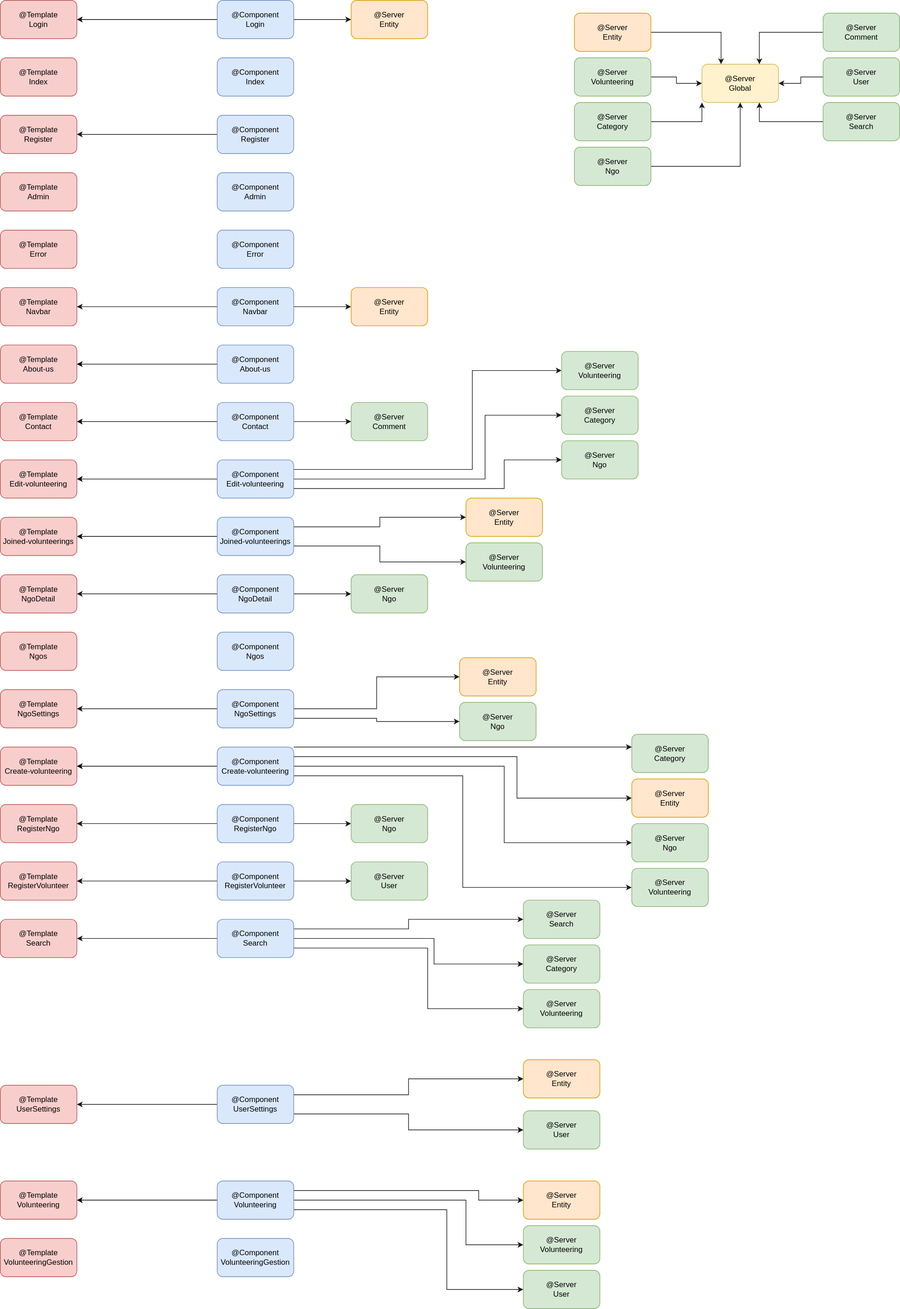
CodeURJC-DAW-2019-20/webapp7 keeps this draw.io diagram as diagrams/ClassDiagram14April.svg. Above is the earlier version. Source tidied: cells renumbered, new cells last; positions are measured from the earlier drawing's top-left corner, leaving out a move shared by most shapes.
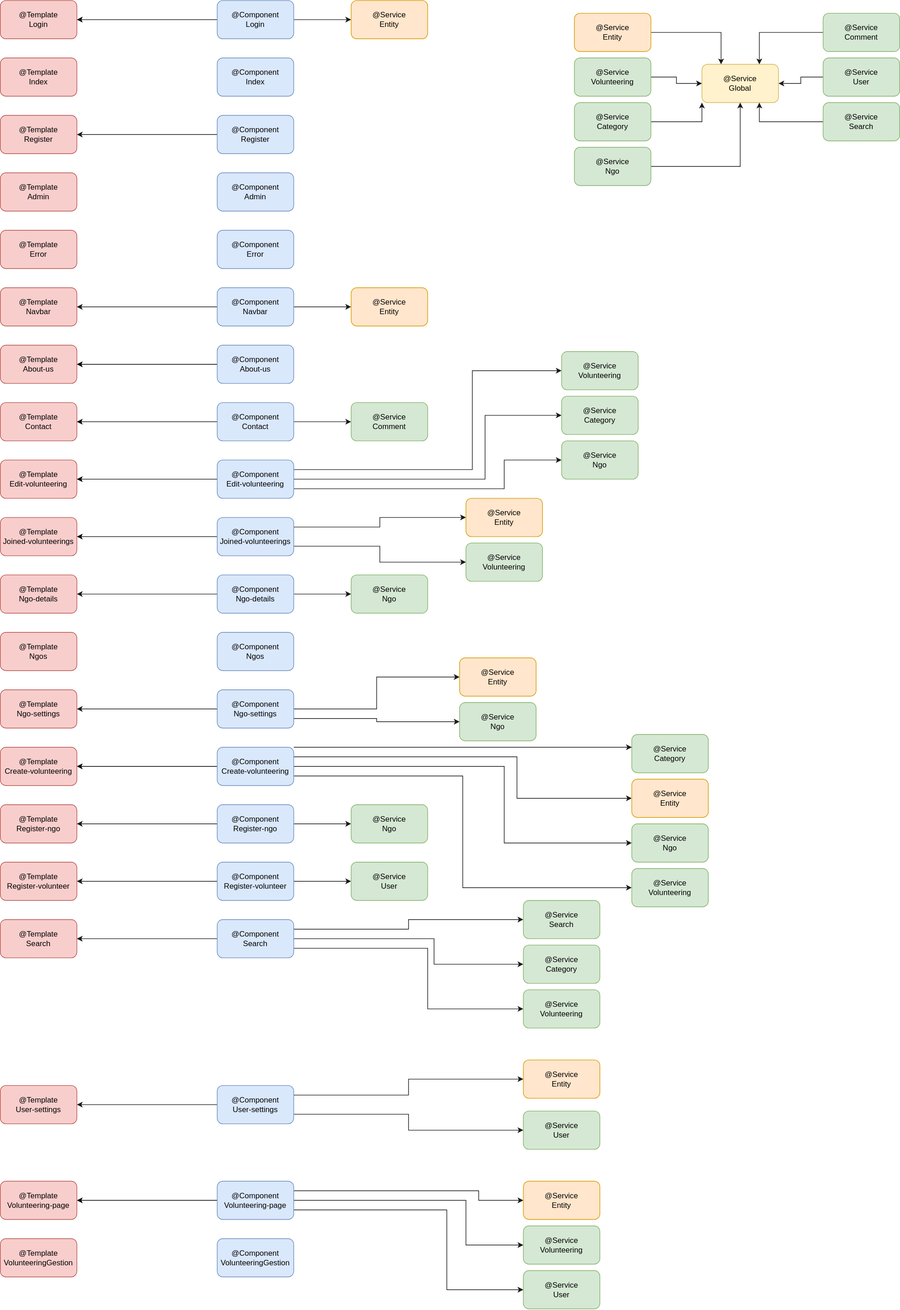
After the change.

Commit message:
Update class diagram

What changed in the source:
```diff
@@ -34,3 +34,3 @@
     </mxCell>
-    <mxCell id="12" value="@Template&lt;br&gt;NgoDetail" style="rounded=1;whiteSpace=wrap;html=1;fillColor=#f8cecc;strokeColor=#b85450;" parent="1" vertex="1">
+    <mxCell id="12" value="@Template&lt;br&gt;Ngo-details" style="rounded=1;whiteSpace=wrap;html=1;fillColor=#f8cecc;strokeColor=#b85450;" parent="1" vertex="1">
       <mxGeometry y="900" width="120" height="60" as="geometry" />
@@ -40,3 +40,3 @@
     </mxCell>
-    <mxCell id="14" value="@Template&lt;br&gt;NgoSettings" style="rounded=1;whiteSpace=wrap;html=1;fillColor=#f8cecc;strokeColor=#b85450;" parent="1" vertex="1">
+    <mxCell id="14" value="@Template&lt;br&gt;Ngo-settings" style="rounded=1;whiteSpace=wrap;html=1;fillColor=#f8cecc;strokeColor=#b85450;" parent="1" vertex="1">
       <mxGeometry y="1080" width="120" height="60" as="geometry" />
@@ -46,6 +46,6 @@
     </mxCell>
-    <mxCell id="16" value="@Template&lt;br&gt;RegisterNgo" style="rounded=1;whiteSpace=wrap;html=1;fillColor=#f8cecc;strokeColor=#b85450;" parent="1" vertex="1">
+    <mxCell id="16" value="@Template&lt;br&gt;Register-ngo" style="rounded=1;whiteSpace=wrap;html=1;fillColor=#f8cecc;strokeColor=#b85450;" parent="1" vertex="1">
       <mxGeometry y="1260" width="120" height="60" as="geometry" />
     </mxCell>
-    <mxCell id="17" value="@Template&lt;br&gt;RegisterVolunteer" style="rounded=1;whiteSpace=wrap;html=1;fillColor=#f8cecc;strokeColor=#b85450;" parent="1" vertex="1">
+    <mxCell id="17" value="@Template&lt;br&gt;Register-volunteer" style="rounded=1;whiteSpace=wrap;html=1;fillColor=#f8cecc;strokeColor=#b85450;" parent="1" vertex="1">
       <mxGeometry y="1350" width="120" height="60" as="geometry" />
@@ -55,6 +55,6 @@
     </mxCell>
-    <mxCell id="19" value="@Template&lt;br&gt;UserSettings" style="rounded=1;whiteSpace=wrap;html=1;fillColor=#f8cecc;strokeColor=#b85450;" parent="1" vertex="1">
+    <mxCell id="19" value="@Template&lt;br&gt;User-settings" style="rounded=1;whiteSpace=wrap;html=1;fillColor=#f8cecc;strokeColor=#b85450;" parent="1" vertex="1">
       <mxGeometry y="1700" width="120" height="60" as="geometry" />
     </mxCell>
-    <mxCell id="20" value="@Template&lt;br&gt;Volunteering" style="rounded=1;whiteSpace=wrap;html=1;fillColor=#f8cecc;strokeColor=#b85450;" parent="1" vertex="1">
+    <mxCell id="20" value="@Template&lt;br&gt;Volunteering-page" style="rounded=1;whiteSpace=wrap;html=1;fillColor=#f8cecc;strokeColor=#b85450;" parent="1" vertex="1">
       <mxGeometry y="1850" width="120" height="60" as="geometry" />
@@ -160,3 +160,3 @@
     </mxCell>
-    <mxCell id="49" value="@Component&lt;br&gt;NgoDetail" style="rounded=1;whiteSpace=wrap;html=1;fillColor=#dae8fc;strokeColor=#6c8ebf;" parent="1" vertex="1">
+    <mxCell id="49" value="@Component&lt;br&gt;Ngo-details" style="rounded=1;whiteSpace=wrap;html=1;fillColor=#dae8fc;strokeColor=#6c8ebf;" parent="1" vertex="1">
       <mxGeometry x="340" y="900" width="120" height="60" as="geometry" />
@@ -175,3 +175,3 @@
     </mxCell>
-    <mxCell id="54" value="@Component&lt;br&gt;NgoSettings" style="rounded=1;whiteSpace=wrap;html=1;fillColor=#dae8fc;strokeColor=#6c8ebf;" parent="1" vertex="1">
+    <mxCell id="54" value="@Component&lt;br&gt;Ngo-settings" style="rounded=1;whiteSpace=wrap;html=1;fillColor=#dae8fc;strokeColor=#6c8ebf;" parent="1" vertex="1">
       <mxGeometry x="340" y="1080" width="120" height="60" as="geometry" />
@@ -217,3 +217,3 @@
     </mxCell>
-    <mxCell id="63" value="@Component&lt;br&gt;RegisterNgo" style="rounded=1;whiteSpace=wrap;html=1;fillColor=#dae8fc;strokeColor=#6c8ebf;" parent="1" vertex="1">
+    <mxCell id="63" value="@Component&lt;br&gt;Register-ngo" style="rounded=1;whiteSpace=wrap;html=1;fillColor=#dae8fc;strokeColor=#6c8ebf;" parent="1" vertex="1">
       <mxGeometry x="340" y="1260" width="120" height="60" as="geometry" />
@@ -226,3 +226,3 @@
     </mxCell>
-    <mxCell id="66" value="@Component&lt;br&gt;RegisterVolunteer" style="rounded=1;whiteSpace=wrap;html=1;fillColor=#dae8fc;strokeColor=#6c8ebf;" parent="1" vertex="1">
+    <mxCell id="66" value="@Component&lt;br&gt;Register-volunteer" style="rounded=1;whiteSpace=wrap;html=1;fillColor=#dae8fc;strokeColor=#6c8ebf;" parent="1" vertex="1">
       <mxGeometry x="340" y="1350" width="120" height="60" as="geometry" />
@@ -263,3 +263,3 @@
     </mxCell>
-    <mxCell id="75" value="@Component&lt;br&gt;UserSettings" style="rounded=1;whiteSpace=wrap;html=1;fillColor=#dae8fc;strokeColor=#6c8ebf;" parent="1" vertex="1">
+    <mxCell id="75" value="@Component&lt;br&gt;User-settings" style="rounded=1;whiteSpace=wrap;html=1;fillColor=#dae8fc;strokeColor=#6c8ebf;" parent="1" vertex="1">
       <mxGeometry x="340" y="1700" width="120" height="60" as="geometry" />
@@ -293,3 +293,3 @@
     </mxCell>
-    <mxCell id="80" value="@Component&lt;br&gt;Volunteering" style="rounded=1;whiteSpace=wrap;html=1;fillColor=#dae8fc;strokeColor=#6c8ebf;" parent="1" vertex="1">
+    <mxCell id="80" value="@Component&lt;br&gt;Volunteering-page" style="rounded=1;whiteSpace=wrap;html=1;fillColor=#dae8fc;strokeColor=#6c8ebf;" parent="1" vertex="1">
       <mxGeometry x="340" y="1850" width="120" height="60" as="geometry" />
@@ -299,78 +299,78 @@
     </mxCell>
-    <mxCell id="82" value="@Server&lt;br&gt;Category" style="rounded=1;whiteSpace=wrap;html=1;fillColor=#d5e8d4;strokeColor=#82b366;" parent="1" vertex="1">
+    <mxCell id="82" value="@Service&lt;br&gt;Category" style="rounded=1;whiteSpace=wrap;html=1;fillColor=#d5e8d4;strokeColor=#82b366;" parent="1" vertex="1">
       <mxGeometry x="820" y="1480" width="120" height="60" as="geometry" />
     </mxCell>
-    <mxCell id="83" value="@Server&lt;br&gt;Entity" style="rounded=1;whiteSpace=wrap;html=1;fillColor=#ffe6cc;strokeColor=#d79b00;" parent="1" vertex="1">
+    <mxCell id="83" value="@Service&lt;br&gt;Entity" style="rounded=1;whiteSpace=wrap;html=1;fillColor=#ffe6cc;strokeColor=#d79b00;" parent="1" vertex="1">
       <mxGeometry x="820" y="1850" width="120" height="60" as="geometry" />
     </mxCell>
-    <mxCell id="84" value="@Server&lt;br&gt;Global" style="rounded=1;whiteSpace=wrap;html=1;fillColor=#fff2cc;strokeColor=#d6b656;" parent="1" vertex="1">
+    <mxCell id="84" value="@Service&lt;br&gt;Global" style="rounded=1;whiteSpace=wrap;html=1;fillColor=#fff2cc;strokeColor=#d6b656;" parent="1" vertex="1">
       <mxGeometry x="1100" y="100" width="120" height="60" as="geometry" />
     </mxCell>
-    <mxCell id="85" value="@Server&lt;br&gt;Ngo" style="rounded=1;whiteSpace=wrap;html=1;fillColor=#d5e8d4;strokeColor=#82b366;" parent="1" vertex="1">
+    <mxCell id="85" value="@Service&lt;br&gt;Ngo" style="rounded=1;whiteSpace=wrap;html=1;fillColor=#d5e8d4;strokeColor=#82b366;" parent="1" vertex="1">
       <mxGeometry x="550" y="1260" width="120" height="60" as="geometry" />
     </mxCell>
-    <mxCell id="86" value="@Server&lt;br&gt;Comment" style="rounded=1;whiteSpace=wrap;html=1;fillColor=#d5e8d4;strokeColor=#82b366;" parent="1" vertex="1">
+    <mxCell id="86" value="@Service&lt;br&gt;Comment" style="rounded=1;whiteSpace=wrap;html=1;fillColor=#d5e8d4;strokeColor=#82b366;" parent="1" vertex="1">
       <mxGeometry x="550" y="630" width="120" height="60" as="geometry" />
     </mxCell>
-    <mxCell id="87" value="@Server&lt;br&gt;User" style="rounded=1;whiteSpace=wrap;html=1;fillColor=#d5e8d4;strokeColor=#82b366;" parent="1" vertex="1">
+    <mxCell id="87" value="@Service&lt;br&gt;User" style="rounded=1;whiteSpace=wrap;html=1;fillColor=#d5e8d4;strokeColor=#82b366;" parent="1" vertex="1">
       <mxGeometry x="820" y="1990" width="120" height="60" as="geometry" />
     </mxCell>
-    <mxCell id="88" value="@Server&lt;br&gt;Volunteering" style="rounded=1;whiteSpace=wrap;html=1;fillColor=#d5e8d4;strokeColor=#82b366;" parent="1" vertex="1">
+    <mxCell id="88" value="@Service&lt;br&gt;Volunteering" style="rounded=1;whiteSpace=wrap;html=1;fillColor=#d5e8d4;strokeColor=#82b366;" parent="1" vertex="1">
       <mxGeometry x="820" y="1920" width="120" height="60" as="geometry" />
     </mxCell>
-    <mxCell id="89" value="@Server&lt;br&gt;Search" style="rounded=1;whiteSpace=wrap;html=1;fillColor=#d5e8d4;strokeColor=#82b366;" parent="1" vertex="1">
+    <mxCell id="89" value="@Service&lt;br&gt;Search" style="rounded=1;whiteSpace=wrap;html=1;fillColor=#d5e8d4;strokeColor=#82b366;" parent="1" vertex="1">
       <mxGeometry x="820" y="1410" width="120" height="60" as="geometry" />
     </mxCell>
-    <mxCell id="90" value="@Server&lt;br&gt;Entity" style="rounded=1;whiteSpace=wrap;html=1;fillColor=#ffe6cc;strokeColor=#d79b00;" parent="1" vertex="1">
+    <mxCell id="90" value="@Service&lt;br&gt;Entity" style="rounded=1;whiteSpace=wrap;html=1;fillColor=#ffe6cc;strokeColor=#d79b00;" parent="1" vertex="1">
       <mxGeometry x="550" width="120" height="60" as="geometry" />
     </mxCell>
-    <mxCell id="91" value="@Server&lt;br&gt;Entity" style="rounded=1;whiteSpace=wrap;html=1;fillColor=#ffe6cc;strokeColor=#d79b00;" parent="1" vertex="1">
+    <mxCell id="91" value="@Service&lt;br&gt;Entity" style="rounded=1;whiteSpace=wrap;html=1;fillColor=#ffe6cc;strokeColor=#d79b00;" parent="1" vertex="1">
       <mxGeometry x="550" y="450" width="120" height="60" as="geometry" />
     </mxCell>
-    <mxCell id="92" value="@Server&lt;br&gt;Category" style="rounded=1;whiteSpace=wrap;html=1;fillColor=#d5e8d4;strokeColor=#82b366;" parent="1" vertex="1">
+    <mxCell id="92" value="@Service&lt;br&gt;Category" style="rounded=1;whiteSpace=wrap;html=1;fillColor=#d5e8d4;strokeColor=#82b366;" parent="1" vertex="1">
       <mxGeometry x="880" y="620" width="120" height="60" as="geometry" />
     </mxCell>
-    <mxCell id="93" value="@Server&lt;br&gt;Ngo" style="rounded=1;whiteSpace=wrap;html=1;fillColor=#d5e8d4;strokeColor=#82b366;" parent="1" vertex="1">
+    <mxCell id="93" value="@Service&lt;br&gt;Ngo" style="rounded=1;whiteSpace=wrap;html=1;fillColor=#d5e8d4;strokeColor=#82b366;" parent="1" vertex="1">
       <mxGeometry x="880" y="690" width="120" height="60" as="geometry" />
     </mxCell>
-    <mxCell id="94" value="@Server&lt;br&gt;Volunteering" style="rounded=1;whiteSpace=wrap;html=1;fillColor=#d5e8d4;strokeColor=#82b366;" parent="1" vertex="1">
+    <mxCell id="94" value="@Service&lt;br&gt;Volunteering" style="rounded=1;whiteSpace=wrap;html=1;fillColor=#d5e8d4;strokeColor=#82b366;" parent="1" vertex="1">
       <mxGeometry x="880" y="550" width="120" height="60" as="geometry" />
     </mxCell>
-    <mxCell id="95" value="@Server&lt;br&gt;Entity" style="rounded=1;whiteSpace=wrap;html=1;fillColor=#ffe6cc;strokeColor=#d79b00;" parent="1" vertex="1">
+    <mxCell id="95" value="@Service&lt;br&gt;Entity" style="rounded=1;whiteSpace=wrap;html=1;fillColor=#ffe6cc;strokeColor=#d79b00;" parent="1" vertex="1">
       <mxGeometry x="730" y="780" width="120" height="60" as="geometry" />
     </mxCell>
-    <mxCell id="96" value="@Server&lt;br&gt;Volunteering" style="rounded=1;whiteSpace=wrap;html=1;fillColor=#d5e8d4;strokeColor=#82b366;" parent="1" vertex="1">
+    <mxCell id="96" value="@Service&lt;br&gt;Volunteering" style="rounded=1;whiteSpace=wrap;html=1;fillColor=#d5e8d4;strokeColor=#82b366;" parent="1" vertex="1">
       <mxGeometry x="730" y="850" width="120" height="60" as="geometry" />
     </mxCell>
-    <mxCell id="97" value="@Server&lt;br&gt;Ngo" style="rounded=1;whiteSpace=wrap;html=1;fillColor=#d5e8d4;strokeColor=#82b366;" parent="1" vertex="1">
+    <mxCell id="97" value="@Service&lt;br&gt;Ngo" style="rounded=1;whiteSpace=wrap;html=1;fillColor=#d5e8d4;strokeColor=#82b366;" parent="1" vertex="1">
       <mxGeometry x="550" y="900" width="120" height="60" as="geometry" />
     </mxCell>
-    <mxCell id="98" value="@Server&lt;br&gt;Entity" style="rounded=1;whiteSpace=wrap;html=1;fillColor=#ffe6cc;strokeColor=#d79b00;" parent="1" vertex="1">
+    <mxCell id="98" value="@Service&lt;br&gt;Entity" style="rounded=1;whiteSpace=wrap;html=1;fillColor=#ffe6cc;strokeColor=#d79b00;" parent="1" vertex="1">
       <mxGeometry x="720" y="1030" width="120" height="60" as="geometry" />
     </mxCell>
-    <mxCell id="99" value="@Server&lt;br&gt;Ngo" style="rounded=1;whiteSpace=wrap;html=1;fillColor=#d5e8d4;strokeColor=#82b366;" parent="1" vertex="1">
+    <mxCell id="99" value="@Service&lt;br&gt;Ngo" style="rounded=1;whiteSpace=wrap;html=1;fillColor=#d5e8d4;strokeColor=#82b366;" parent="1" vertex="1">
       <mxGeometry x="720" y="1100" width="120" height="60" as="geometry" />
     </mxCell>
-    <mxCell id="100" value="@Server&lt;br&gt;Category" style="rounded=1;whiteSpace=wrap;html=1;fillColor=#d5e8d4;strokeColor=#82b366;" parent="1" vertex="1">
+    <mxCell id="100" value="@Service&lt;br&gt;Category" style="rounded=1;whiteSpace=wrap;html=1;fillColor=#d5e8d4;strokeColor=#82b366;" parent="1" vertex="1">
       <mxGeometry x="990" y="1150" width="120" height="60" as="geometry" />
     </mxCell>
-    <mxCell id="101" value="@Server&lt;br&gt;Entity" style="rounded=1;whiteSpace=wrap;html=1;fillColor=#ffe6cc;strokeColor=#d79b00;" parent="1" vertex="1">
+    <mxCell id="101" value="@Service&lt;br&gt;Entity" style="rounded=1;whiteSpace=wrap;html=1;fillColor=#ffe6cc;strokeColor=#d79b00;" parent="1" vertex="1">
       <mxGeometry x="990" y="1220" width="120" height="60" as="geometry" />
     </mxCell>
-    <mxCell id="102" value="@Server&lt;br&gt;Ngo" style="rounded=1;whiteSpace=wrap;html=1;fillColor=#d5e8d4;strokeColor=#82b366;" parent="1" vertex="1">
+    <mxCell id="102" value="@Service&lt;br&gt;Ngo" style="rounded=1;whiteSpace=wrap;html=1;fillColor=#d5e8d4;strokeColor=#82b366;" parent="1" vertex="1">
       <mxGeometry x="990" y="1290" width="120" height="60" as="geometry" />
     </mxCell>
-    <mxCell id="103" value="@Server&lt;br&gt;Volunteering" style="rounded=1;whiteSpace=wrap;html=1;fillColor=#d5e8d4;strokeColor=#82b366;" parent="1" vertex="1">
+    <mxCell id="103" value="@Service&lt;br&gt;Volunteering" style="rounded=1;whiteSpace=wrap;html=1;fillColor=#d5e8d4;strokeColor=#82b366;" parent="1" vertex="1">
       <mxGeometry x="990" y="1360" width="120" height="60" as="geometry" />
     </mxCell>
-    <mxCell id="104" value="@Server&lt;br&gt;User" style="rounded=1;whiteSpace=wrap;html=1;fillColor=#d5e8d4;strokeColor=#82b366;" parent="1" vertex="1">
+    <mxCell id="104" value="@Service&lt;br&gt;User" style="rounded=1;whiteSpace=wrap;html=1;fillColor=#d5e8d4;strokeColor=#82b366;" parent="1" vertex="1">
       <mxGeometry x="550" y="1350" width="120" height="60" as="geometry" />
     </mxCell>
-    <mxCell id="105" value="@Server&lt;br&gt;Volunteering" style="rounded=1;whiteSpace=wrap;html=1;fillColor=#d5e8d4;strokeColor=#82b366;" parent="1" vertex="1">
+    <mxCell id="105" value="@Service&lt;br&gt;Volunteering" style="rounded=1;whiteSpace=wrap;html=1;fillColor=#d5e8d4;strokeColor=#82b366;" parent="1" vertex="1">
       <mxGeometry x="820" y="1550" width="120" height="60" as="geometry" />
     </mxCell>
-    <mxCell id="106" value="@Server&lt;br&gt;Entity" style="rounded=1;whiteSpace=wrap;html=1;fillColor=#ffe6cc;strokeColor=#d79b00;" parent="1" vertex="1">
+    <mxCell id="106" value="@Service&lt;br&gt;Entity" style="rounded=1;whiteSpace=wrap;html=1;fillColor=#ffe6cc;strokeColor=#d79b00;" parent="1" vertex="1">
       <mxGeometry x="820" y="1660" width="120" height="60" as="geometry" />
     </mxCell>
-    <mxCell id="107" value="@Server&lt;br&gt;User" style="rounded=1;whiteSpace=wrap;html=1;fillColor=#d5e8d4;strokeColor=#82b366;" parent="1" vertex="1">
+    <mxCell id="107" value="@Service&lt;br&gt;User" style="rounded=1;whiteSpace=wrap;html=1;fillColor=#d5e8d4;strokeColor=#82b366;" parent="1" vertex="1">
       <mxGeometry x="820" y="1740" width="120" height="60" as="geometry" />
@@ -380,3 +380,3 @@
     </mxCell>
-    <mxCell id="109" value="@Server&lt;br&gt;Entity" style="rounded=1;whiteSpace=wrap;html=1;fillColor=#ffe6cc;strokeColor=#d79b00;" parent="1" vertex="1">
+    <mxCell id="109" value="@Service&lt;br&gt;Entity" style="rounded=1;whiteSpace=wrap;html=1;fillColor=#ffe6cc;strokeColor=#d79b00;" parent="1" vertex="1">
       <mxGeometry x="900" y="20" width="120" height="60" as="geometry" />
@@ -386,3 +386,3 @@
     </mxCell>
-    <mxCell id="111" value="@Server&lt;br&gt;Comment" style="rounded=1;whiteSpace=wrap;html=1;fillColor=#d5e8d4;strokeColor=#82b366;" parent="1" vertex="1">
+    <mxCell id="111" value="@Service&lt;br&gt;Comment" style="rounded=1;whiteSpace=wrap;html=1;fillColor=#d5e8d4;strokeColor=#82b366;" parent="1" vertex="1">
       <mxGeometry x="1290" y="20" width="120" height="60" as="geometry" />
@@ -392,3 +392,3 @@
     </mxCell>
-    <mxCell id="113" value="@Server&lt;br&gt;Category" style="rounded=1;whiteSpace=wrap;html=1;fillColor=#d5e8d4;strokeColor=#82b366;" parent="1" vertex="1">
+    <mxCell id="113" value="@Service&lt;br&gt;Category" style="rounded=1;whiteSpace=wrap;html=1;fillColor=#d5e8d4;strokeColor=#82b366;" parent="1" vertex="1">
       <mxGeometry x="900" y="160" width="120" height="60" as="geometry" />
@@ -398,3 +398,3 @@
     </mxCell>
-    <mxCell id="115" value="@Server&lt;br&gt;Ngo" style="rounded=1;whiteSpace=wrap;html=1;fillColor=#d5e8d4;strokeColor=#82b366;" parent="1" vertex="1">
+    <mxCell id="115" value="@Service&lt;br&gt;Ngo" style="rounded=1;whiteSpace=wrap;html=1;fillColor=#d5e8d4;strokeColor=#82b366;" parent="1" vertex="1">
       <mxGeometry x="900" y="230" width="120" height="60" as="geometry" />
@@ -404,3 +404,3 @@
     </mxCell>
-    <mxCell id="117" value="@Server&lt;br&gt;Volunteering" style="rounded=1;whiteSpace=wrap;html=1;fillColor=#d5e8d4;strokeColor=#82b366;" parent="1" vertex="1">
+    <mxCell id="117" value="@Service&lt;br&gt;Volunteering" style="rounded=1;whiteSpace=wrap;html=1;fillColor=#d5e8d4;strokeColor=#82b366;" parent="1" vertex="1">
       <mxGeometry x="900" y="90" width="120" height="60" as="geometry" />
@@ -410,3 +410,3 @@
     </mxCell>
-    <mxCell id="119" value="@Server&lt;br&gt;User" style="rounded=1;whiteSpace=wrap;html=1;fillColor=#d5e8d4;strokeColor=#82b366;" parent="1" vertex="1">
+    <mxCell id="119" value="@Service&lt;br&gt;User" style="rounded=1;whiteSpace=wrap;html=1;fillColor=#d5e8d4;strokeColor=#82b366;" parent="1" vertex="1">
       <mxGeometry x="1290" y="90" width="120" height="60" as="geometry" />
@@ -416,3 +416,3 @@
     </mxCell>
-    <mxCell id="121" value="@Server&lt;br&gt;Search" style="rounded=1;whiteSpace=wrap;html=1;fillColor=#d5e8d4;strokeColor=#82b366;" parent="1" vertex="1">
+    <mxCell id="121" value="@Service&lt;br&gt;Search" style="rounded=1;whiteSpace=wrap;html=1;fillColor=#d5e8d4;strokeColor=#82b366;" parent="1" vertex="1">
       <mxGeometry x="1290" y="160" width="120" height="60" as="geometry" />
```
